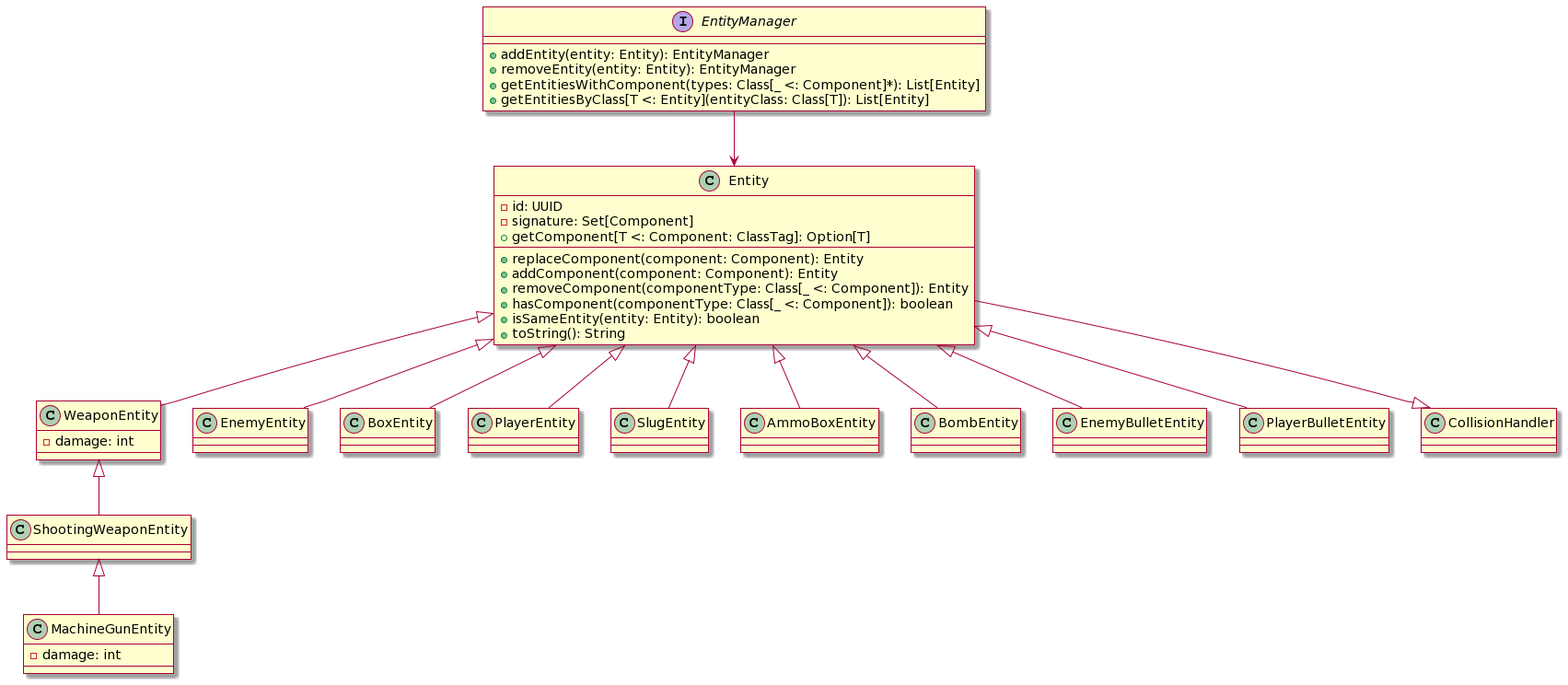
MarzoliLeo/PPS-22-MetalScala3 keeps this PlantUML diagram as docs/img/entities.png. Above is the earlier version.
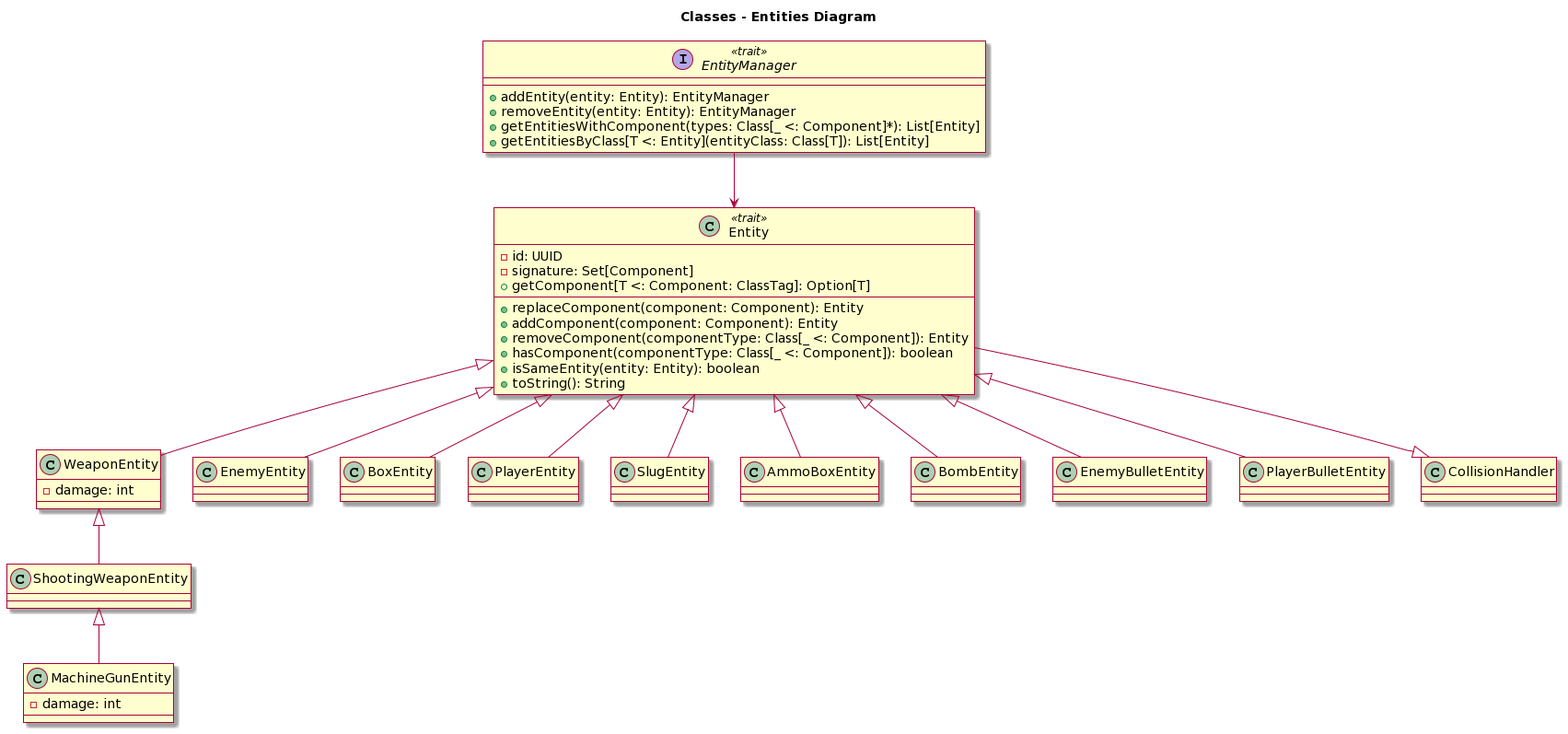
The same file after the commit.

What changed in the source:
```diff
@@ -1,7 +1,8 @@
 @startuml
 skin rose
+title Classes - Entities Diagram
 
-class Entity {
+class Entity <<trait>>{
   -id: UUID
   -signature: Set[Component]
   +replaceComponent(component: Component): Entity
@@ -48,7 +49,7 @@
 class PlayerBulletEntity {
 }
 
-interface EntityManager {
+interface EntityManager <<trait>>{
   +addEntity(entity: Entity): EntityManager
   +removeEntity(entity: Entity): EntityManager
   +getEntitiesWithComponent(types: Class[_ <: Component]*): List[Entity]
```
